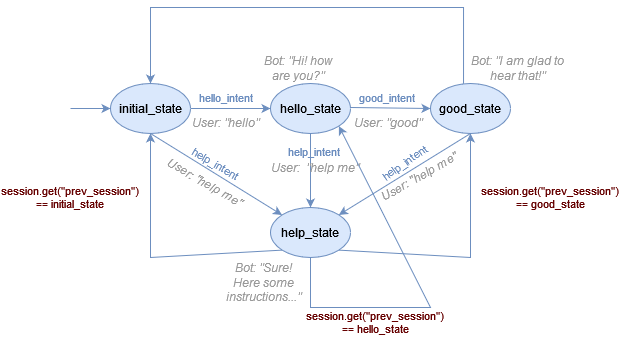
Earlier version of the draw.io export docs/source/img/greetings_bot_diagram_global_state_2.png (BESSER-PEARL/BESSER-Bot-Framework). Source tidied: cells renumbered, new cells last; positions are measured from the earlier drawing's top-left corner, leaving out a move shared by most shapes.
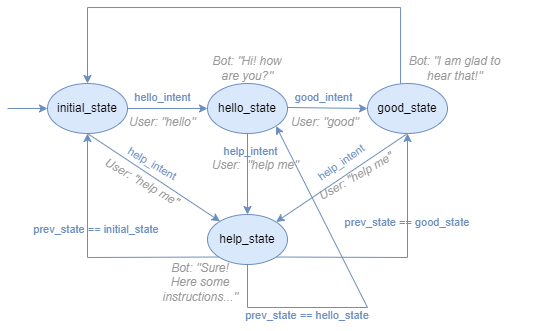
Above is the later version.

Commit message:
update global state figures

What changed in the source:
```diff
@@ -33,7 +33,7 @@
       </mxGeometry>
     </mxCell>
     <mxCell id="9" value="&lt;i&gt;&lt;font color=&quot;#999999&quot;&gt;Bot: &quot;Hi! how are you?&quot;&lt;/font&gt;&lt;/i&gt;" style="text;html=1;strokeColor=none;fillColor=none;align=center;verticalAlign=middle;whiteSpace=wrap;rounded=0;" parent="1" vertex="1">
-      <mxGeometry x="214.5" y="46" width="85.5" height="30" as="geometry" />
+      <mxGeometry x="227.2" y="46" width="85.5" height="30" as="geometry" />
     </mxCell>
     <mxCell id="10" value="&lt;i&gt;&lt;font color=&quot;#999999&quot;&gt;Bot: &quot;I am glad to &lt;br&gt;hear that!&quot;&lt;/font&gt;&lt;/i&gt;" style="text;html=1;strokeColor=none;fillColor=none;align=center;verticalAlign=middle;whiteSpace=wrap;rounded=0;" parent="1" vertex="1">
       <mxGeometry x="400" y="46" width="155" height="30" as="geometry" />
@@ -53,7 +53,7 @@
       </mxGeometry>
     </mxCell>
     <mxCell id="15" value="help_state" style="ellipse;whiteSpace=wrap;html=1;fillColor=#dae8fc;strokeColor=#6c8ebf;fontColor=#000000;" parent="1" vertex="1">
-      <mxGeometry x="230" y="200" width="80" height="50" as="geometry" />
+      <mxGeometry x="230" y="207" width="80" height="50" as="geometry" />
     </mxCell>
     <mxCell id="16" style="endArrow=classic;html=1;rounded=0;fillColor=#dae8fc;strokeColor=#6c8ebf;exitX=0.5;exitY=1;exitDx=0;exitDy=0;" parent="1" edge="1" source="4" target="15">
       <mxGeometry relative="1" as="geometry" />
@@ -78,7 +78,7 @@
       </mxGeometry>
     </mxCell>
     <mxCell id="22" value="&lt;i&gt;&lt;font color=&quot;#999999&quot;&gt;User:&amp;nbsp; &quot;help me&quot;&lt;/font&gt;&lt;/i&gt;" style="text;html=1;strokeColor=none;fillColor=none;align=center;verticalAlign=middle;whiteSpace=wrap;rounded=0;rotation=0;" parent="1" vertex="1">
-      <mxGeometry x="230" y="145" width="90" height="30" as="geometry" />
+      <mxGeometry x="233" y="143" width="90" height="30" as="geometry" />
     </mxCell>
     <mxCell id="23" value="&lt;i&gt;&lt;font color=&quot;#999999&quot;&gt;User: &quot;help me&quot;&lt;/font&gt;&lt;/i&gt;" style="text;html=1;strokeColor=none;fillColor=none;align=center;verticalAlign=middle;whiteSpace=wrap;rounded=0;rotation=-30;" parent="1" vertex="1">
       <mxGeometry x="334" y="154" width="90" height="30" as="geometry" />
@@ -113,14 +113,14 @@
     <mxCell id="28" value="&lt;i&gt;&lt;font color=&quot;#999999&quot;&gt;Bot: &quot;Sure! Here some instructions...&quot;&lt;/font&gt;&lt;/i&gt;" style="text;html=1;strokeColor=none;fillColor=none;align=center;verticalAlign=middle;whiteSpace=wrap;rounded=0;" parent="1" vertex="1">
       <mxGeometry x="180" y="260" width="85.5" height="30" as="geometry" />
     </mxCell>
-    <mxCell id="29" value="session.get(&quot;prev_session&quot;) == initial_state" style="text;html=1;align=center;verticalAlign=middle;whiteSpace=wrap;rounded=0;fontSize=11;fontColor=#660000;" parent="1" vertex="1">
-      <mxGeometry y="175" width="60" height="30" as="geometry" />
+    <mxCell id="29" value="&lt;font color=&quot;#6c8ebf&quot;&gt;prev_state == initial_state&lt;/font&gt;" style="text;html=1;align=center;verticalAlign=middle;whiteSpace=wrap;rounded=0;fontSize=11;fontColor=#660000;" parent="1" vertex="1">
+      <mxGeometry x="49" y="207" width="140" height="30" as="geometry" />
     </mxCell>
-    <mxCell id="30" value="session.get(&quot;prev_session&quot;) == hello_state" style="text;html=1;align=center;verticalAlign=middle;whiteSpace=wrap;rounded=0;fontSize=11;fontColor=#660000;" parent="1" vertex="1">
-      <mxGeometry x="305" y="300" width="60" height="30" as="geometry" />
-    </mxCell>
-    <mxCell id="31" value="session.get(&quot;prev_session&quot;) == good_state" style="text;html=1;align=center;verticalAlign=middle;whiteSpace=wrap;rounded=0;fontSize=11;fontColor=#660000;" parent="1" vertex="1">
-      <mxGeometry x="480" y="175" width="60" height="30" as="geometry" />
-    </mxCell>
+    <mxCell id="32" value="&lt;font color=&quot;#6c8ebf&quot;&gt;prev_state == hello_state&lt;/font&gt;" style="text;html=1;align=center;verticalAlign=middle;whiteSpace=wrap;rounded=0;fontSize=11;fontColor=#660000;" parent="1" vertex="1">
+      <mxGeometry x="259.5" y="293" width="140" height="30" as="geometry" />
+    </mxCell>
+    <mxCell id="33" value="&lt;font color=&quot;#6c8ebf&quot;&gt;prev_state == good_state&lt;/font&gt;" style="text;html=1;align=center;verticalAlign=middle;whiteSpace=wrap;rounded=0;fontSize=11;fontColor=#660000;" parent="1" vertex="1">
+      <mxGeometry x="360" y="200" width="140" height="30" as="geometry" />
+    </mxCell>
   </root>
 </mxGraphModel>
```
